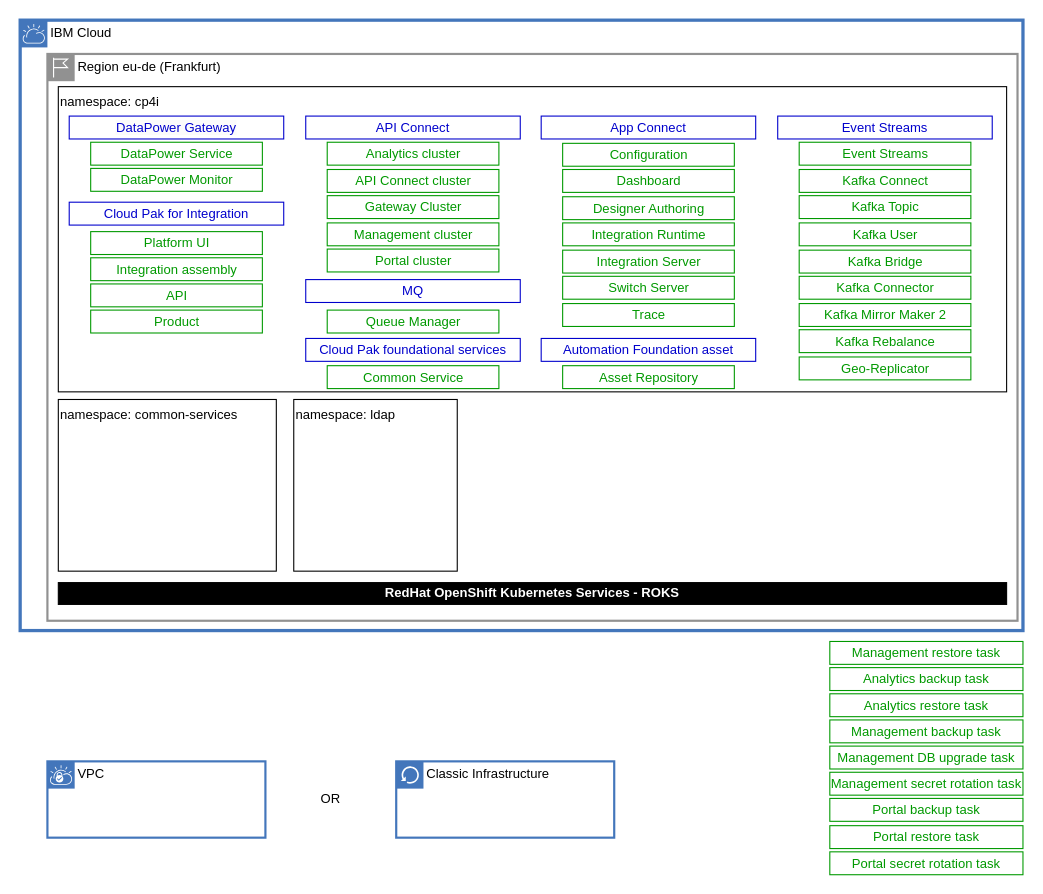
This is page "Capabilities" (1 of 2) of doc/design.drawio from ADesprets/cp4i-install, a draw.io file, before an edit. Source tidied: cells renumbered, new cells numbered last; positions are measured from the earlier drawing's top-left corner, leaving out a move shared by most shapes. Both pictures are drawn from the tidied source at 109%, with x=0, y=0 at pixel (20, 20).
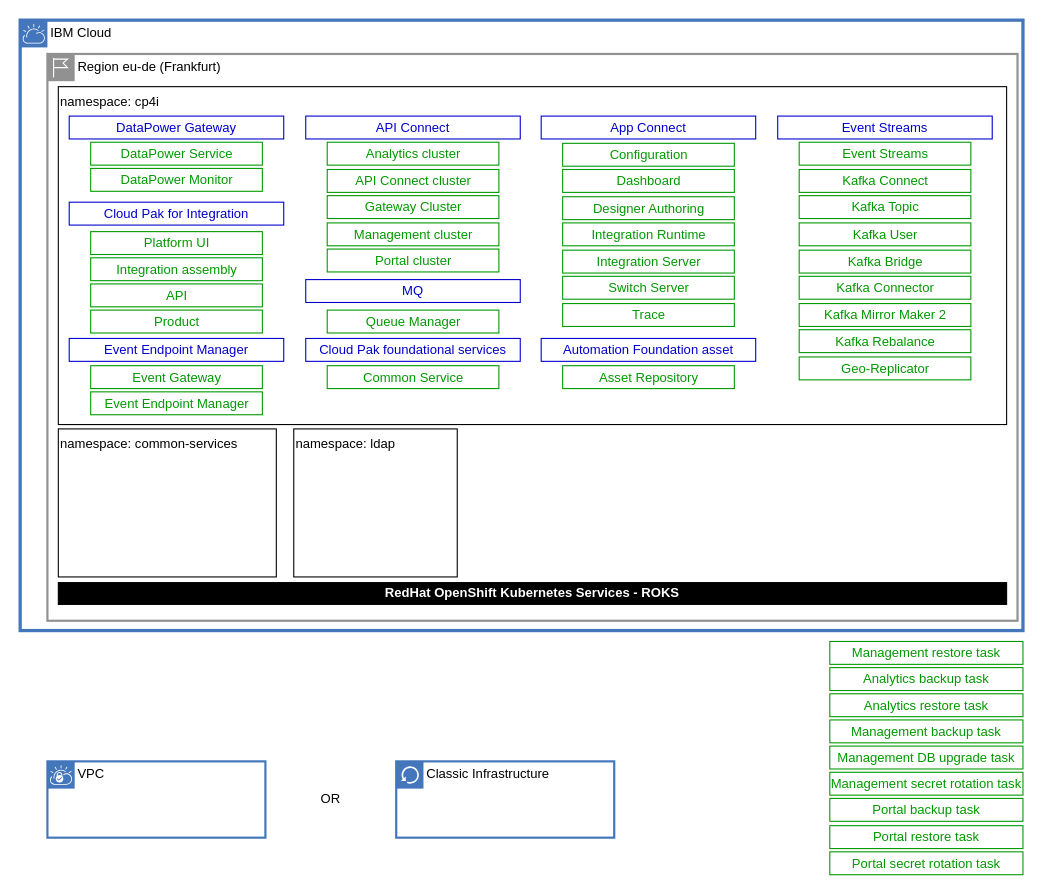
The same page after the edit.

Unchanged cells that the change refers to:
```xml
<mxCell id="3" value="Region eu-de (Frankfurt)" style="shape=mxgraph.ibm.box;prType=region;fontStyle=0;verticalAlign=top;align=left;spacingLeft=32;spacingTop=4;fillColor=none;rounded=0;whiteSpace=wrap;html=1;strokeColor=#919191;strokeWidth=2;dashed=0;spacing=-4;" parent="2" vertex="1">
  <mxGeometry x="25" y="31" width="890" height="520" as="geometry" />
</mxCell>
```

What changed in the source:
```diff
@@
     <mxCell id="5" value="namespace: cp4i" style="rounded=0;whiteSpace=wrap;html=1;fontColor=#000000;fillColor=#FFFFFF;align=left;verticalAlign=top;" parent="3" vertex="1">
-      <mxGeometry x="10" y="30" width="870" height="280" as="geometry" />
+      <mxGeometry x="10" y="30" width="870" height="310" as="geometry" />
     </mxCell>
     <mxCell id="6" value="namespace: ldap" style="rounded=0;whiteSpace=wrap;html=1;fontColor=#000000;fillColor=#FFFFFF;align=left;verticalAlign=top;" parent="3" vertex="1">
-      <mxGeometry x="226" y="317" width="150" height="157.5" as="geometry" />
+      <mxGeometry x="226" y="344" width="150" height="135.8" as="geometry" />
     </mxCell>
     <mxCell id="7" value="namespace: common-services" style="rounded=0;whiteSpace=wrap;html=1;fontColor=#000000;fillColor=#FFFFFF;align=left;verticalAlign=top;" parent="3" vertex="1">
-      <mxGeometry x="10" y="317" width="200" height="157.5" as="geometry" />
+      <mxGeometry x="10" y="344" width="200" height="135.8" as="geometry" />
     </mxCell>
@@
+    <mxCell id="58" value="Event Endpoint Manager" style="rounded=0;whiteSpace=wrap;html=1;fillColor=#FFFFFF;strokeColor=#0000CC;fontColor=#0000CC;" parent="3" vertex="1">
+      <mxGeometry x="20" y="261" width="196.8" height="21" as="geometry" />
+    </mxCell>
+    <mxCell id="59" value="Event Gateway" style="rounded=0;whiteSpace=wrap;html=1;fillColor=#FFFFFF;strokeColor=#009900;fontColor=#009900;" parent="3" vertex="1">
+      <mxGeometry x="39.7" y="286" width="157.5" height="21" as="geometry" />
+    </mxCell>
+    <mxCell id="60" value="Event Endpoint Manager" style="rounded=0;whiteSpace=wrap;html=1;fillColor=#FFFFFF;strokeColor=#009900;fontColor=#009900;" parent="3" vertex="1">
+      <mxGeometry x="39.7" y="310" width="157.5" height="21" as="geometry" />
+    </mxCell>
```
